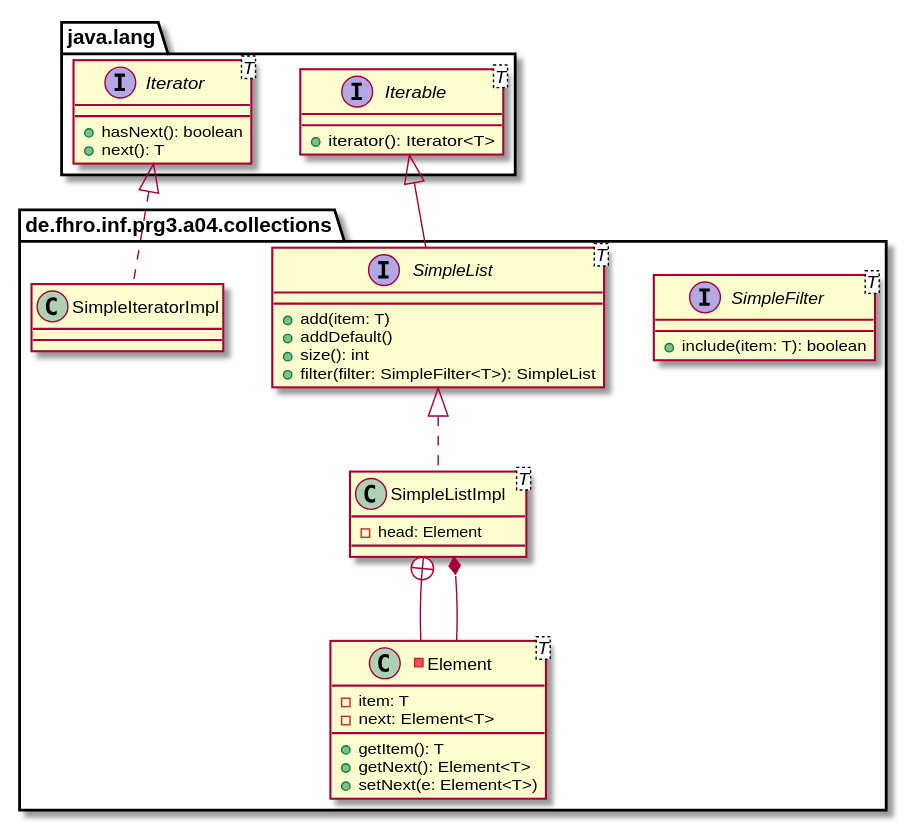
Earlier version of the PlantUML export assets/class-spec-1.svg (studlinnth6233/04-generics).
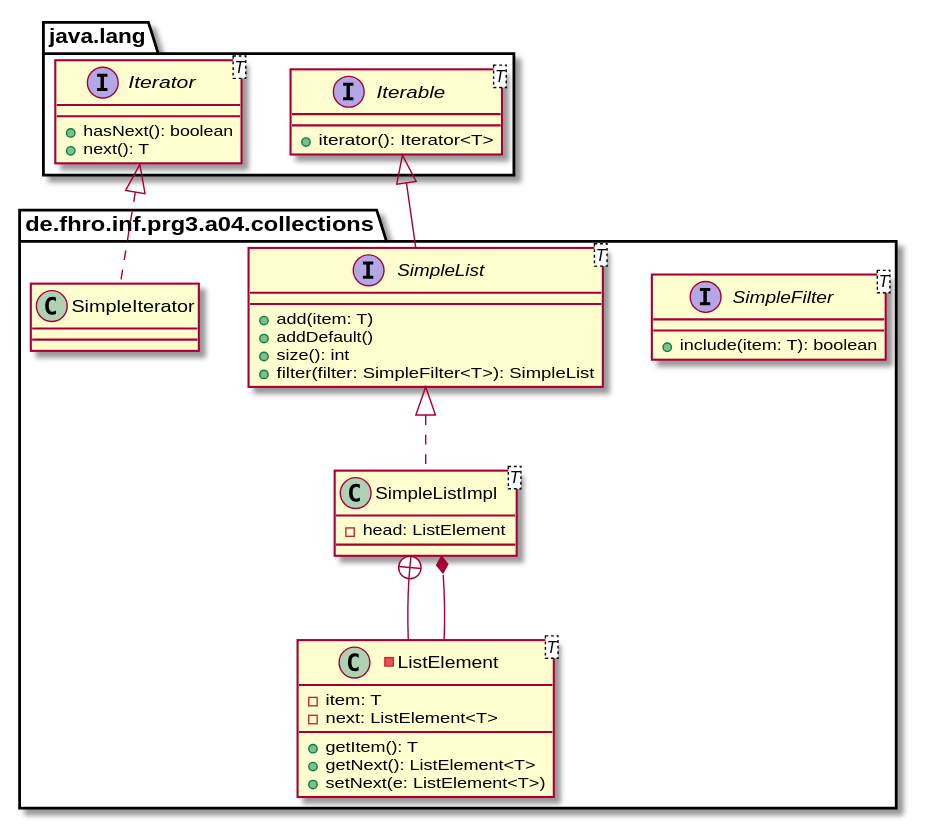
Above is the later version.

Commit message:
Adopted class names of spec in UML

What changed in the source:
```diff
@@ -24,22 +24,22 @@
         }
 
         class SimpleListImpl<T> implements SimpleList {
-           -head: Element
+           -head: ListElement
         }
 
-        class SimpleIteratorImpl implements Iterator {
+        class SimpleIterator implements Iterator {
         }
 
-        -class Element<T> {
+        -class ListElement<T> {
             -item: T
-            -next: Element<T>
+            -next: ListElement<T>
 
             +getItem(): T
-            +getNext(): Element<T>
-            +setNext(e: Element<T>)
+            +getNext(): ListElement<T>
+            +setNext(e: ListElement<T>)
         }
 
-        SimpleListImpl +-- Element
-        Element --* SimpleListImpl
+        SimpleListImpl +-- ListElement
+        ListElement --* SimpleListImpl
     }
 @enduml
```
